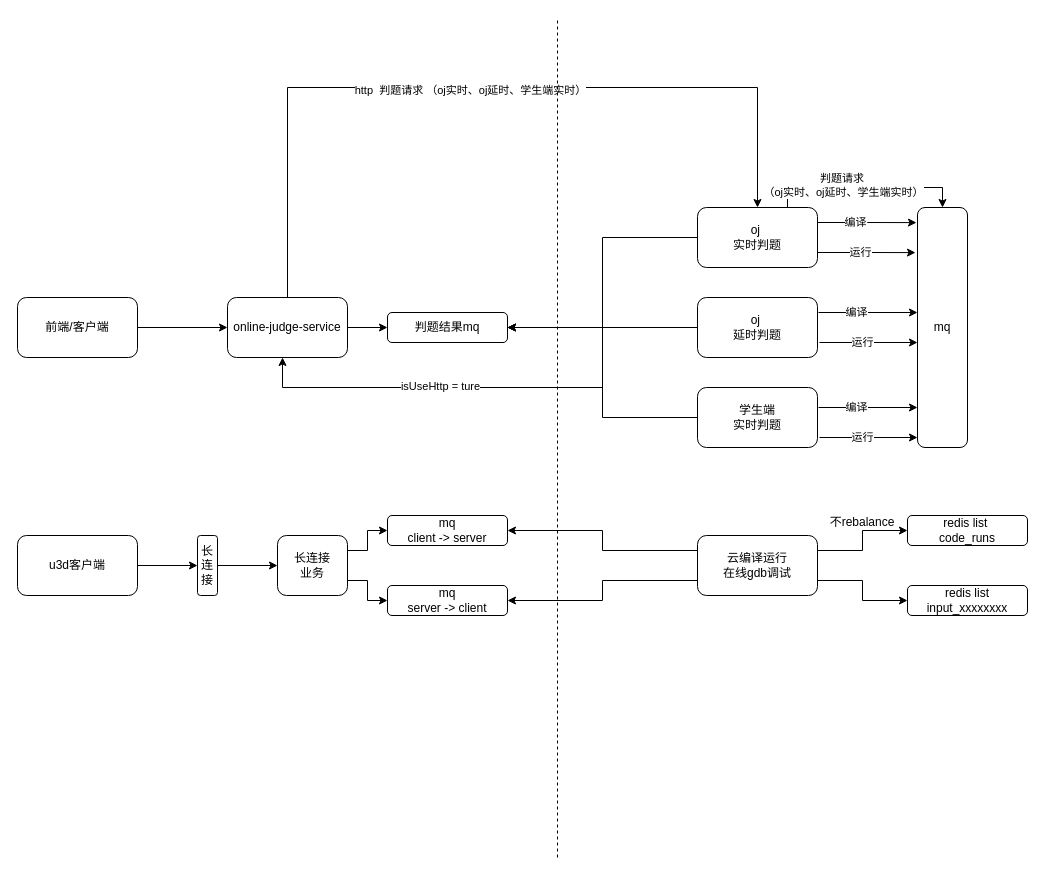
Above: judge-center独立集群.drawio in xiell2016/hetaoDesign (draw.io), before the change. Source tidied: cells renumbered, new cells numbered last; positions are measured from the earlier drawing's top-left corner, leaving out a move shared by most shapes. Both pictures are drawn from the tidied source at 100%, with x=0, y=0 at pixel (17, 17).
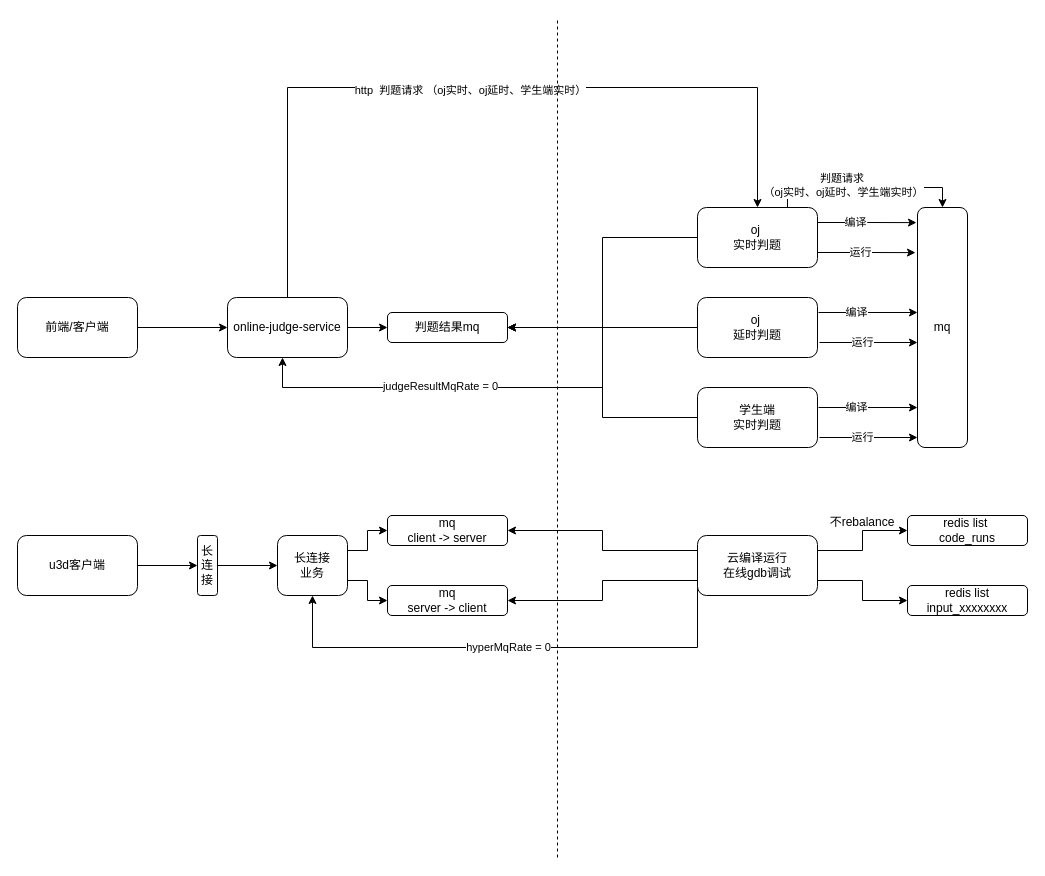
The same page after the edit.

Commit message (it also covers changes not shown here):
更新judge-center独立集群.drawio

The change refers to these unchanged cells:
```xml
<mxCell id="8" value="长连接&lt;div&gt;业务&lt;/div&gt;" style="rounded=1;whiteSpace=wrap;html=1;" parent="1" vertex="1">
  <mxGeometry x="260" y="518" width="70" height="60" as="geometry" />
</mxCell>
<mxCell id="18" style="edgeStyle=orthogonalEdgeStyle;rounded=0;orthogonalLoop=1;jettySize=auto;html=1;exitX=0;exitY=0.5;exitDx=0;exitDy=0;entryX=0.5;entryY=1;entryDx=0;entryDy=0;" parent="1" edge="1">
  <mxGeometry relative="1" as="geometry">
    <mxPoint x="675" y="310" as="sourcePoint" />
    <mxPoint x="265" y="340" as="targetPoint" />
    <Array as="points">
      <mxPoint x="585" y="310" />
      <mxPoint x="585" y="370" />
      <mxPoint x="265" y="370" />
    </Array>
  </mxGeometry>
</mxCell>
<mxCell id="42" value="云编译运行&lt;br&gt;&lt;div&gt;在线gdb调试&lt;/div&gt;" style="rounded=1;whiteSpace=wrap;html=1;" parent="1" vertex="1">
  <mxGeometry x="680" y="518" width="120" height="60" as="geometry" />
</mxCell>
```

The edit, as a diff of the source:
```diff
@@
-    <mxCell id="19" value="isUseHttp = ture" style="edgeLabel;html=1;align=center;verticalAlign=middle;" parent="18" vertex="1">
+    <mxCell id="19" value="judgeResultMqRate = 0" style="edgeLabel;html=1;align=center;verticalAlign=middle;" parent="18" vertex="1">
       <mxGeometry x="0.25" y="-2" relative="1" as="geometry" />
     </mxCell>
@@
+    <mxCell id="50" style="edgeStyle=orthogonalEdgeStyle;rounded=0;jettySize=auto;html=1;exitX=0;exitY=0.75;exitDx=0;exitDy=0;entryX=0.5;entryY=1;entryDx=0;entryDy=0;" parent="1" edge="1" source="42" target="8">
+      <mxGeometry relative="1" as="geometry">
+        <Array as="points">
+          <mxPoint x="680" y="630" />
+          <mxPoint x="295" y="630" />
+        </Array>
+      </mxGeometry>
+    </mxCell>
+    <mxCell id="51" value="hyperMqRate&lt;span style=&quot;background-color: light-dark(#ffffff, var(--ge-dark-color, #121212)); color: light-dark(rgb(0, 0, 0), rgb(255, 255, 255));&quot;&gt;&amp;nbsp;= 0&lt;/span&gt;" style="edgeLabel;html=1;align=center;verticalAlign=middle;" parent="50" vertex="1">
+      <mxGeometry x="0.02" y="-1" relative="1" as="geometry" />
+    </mxCell>
```
